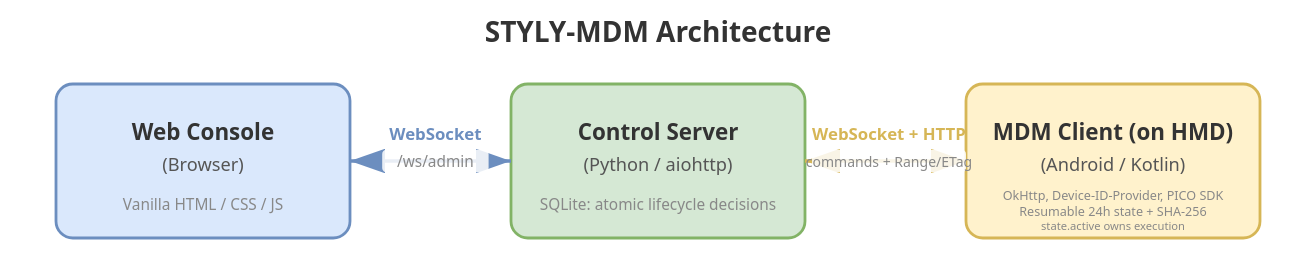
The draw.io diagram docs/architecture.drawio.svg in styly-dev/STYLY-MDM, before a commit. Source tidied: cells renumbered, new cells last; positions are measured from the earlier drawing's top-left corner, leaving out a move shared by most shapes.
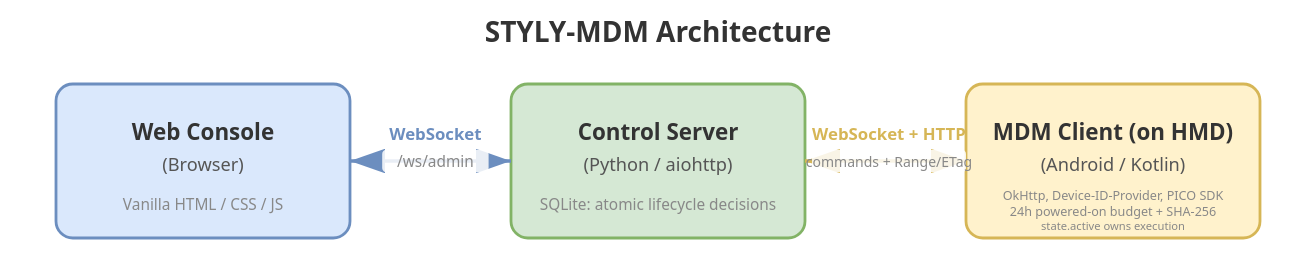
Later version of the same file.

Commit message:
Retain interrupted Push work for cumulative powered-on time

What changed in the source:
```diff
@@ -26,7 +26,7 @@
     <mxCell id="9" value="&lt;b&gt;MDM Client (on HMD)&lt;/b&gt;&lt;br&gt;(Android / Kotlin)" style="text;html=1;align=center;verticalAlign=middle;" parent="1" vertex="1">
       <mxGeometry x="700" y="85" width="120" height="50" as="geometry" />
     </mxCell>
-    <mxCell id="10" value="OkHttp, PICO SDK; resumable SHA-256; single owner + durable apply gate" style="text;html=1;align=center;verticalAlign=middle;fontColor=#666666;fontSize=10;" parent="1" vertex="1">
+    <mxCell id="10" value="OkHttp, PICO SDK; resumable SHA-256; 24h powered-on budget; durable apply gate" style="text;html=1;align=center;verticalAlign=middle;fontColor=#666666;fontSize=10;" parent="1" vertex="1">
       <mxGeometry x="665" y="135" width="190" height="20" as="geometry" />
     </mxCell>
     <mxCell id="11" style="edgeStyle=orthogonalEdgeStyle;rounded=0;jettySize=auto;containsPoints=1;endArrow=block;endFill=1;startArrow=block;startFill=1;strokeWidth=2;strokeColor=#6c8ebf;" parent="1" edge="1" source="2" target="5">
```
